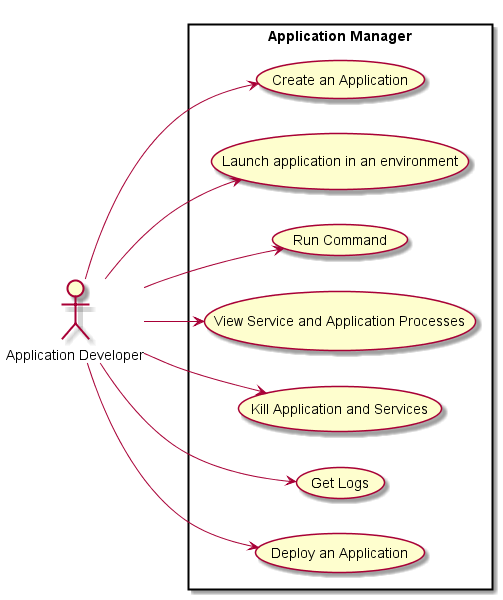
The PlantUML diagram design/Actors/ApplicationDeveloper/UseCases.png in CAADE/CloudLet, before a commit.
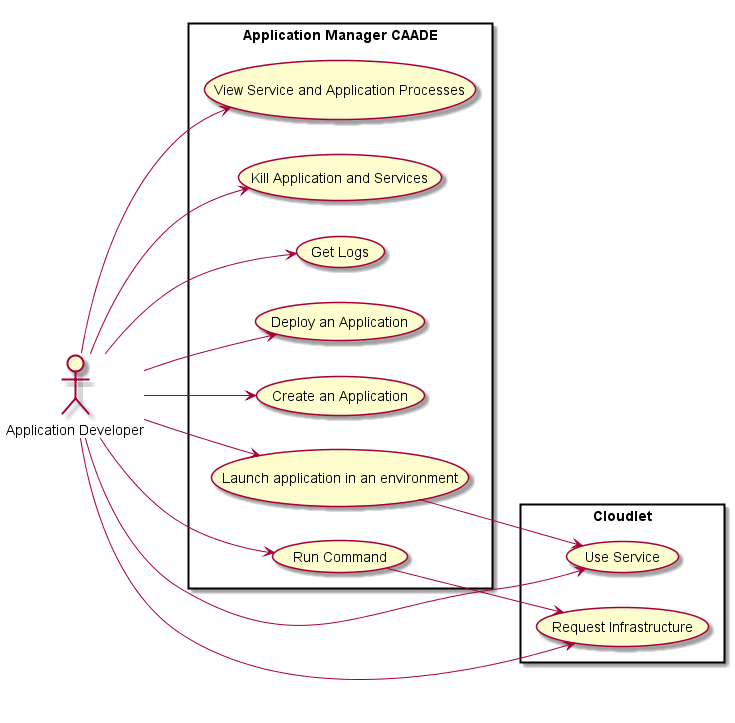
The same file after the commit.

Diff of the diagram source:
```diff
@@ -4,7 +4,7 @@
 
 :Application Developer: as Dev
 
-rectangle "Application Manager" {
+rectangle "Application Manager CAADE" {
     (Create an Application) as CA
     (Launch application in an environment) as LAE
     (Run Command) as RC
@@ -12,6 +12,13 @@
     (Kill Application and Services) as KAS
     (Get Logs) as GL
     (Deploy an Application) as DA
+}
+
+rectangle "Cloudlet" {
+  Dev --> (Use Service)
+  Dev --> (Request Infrastructure)
+  RC --> (Request Infrastructure)
+  LAE --> (Use Service)
 }
 
 Dev --> CA
```
